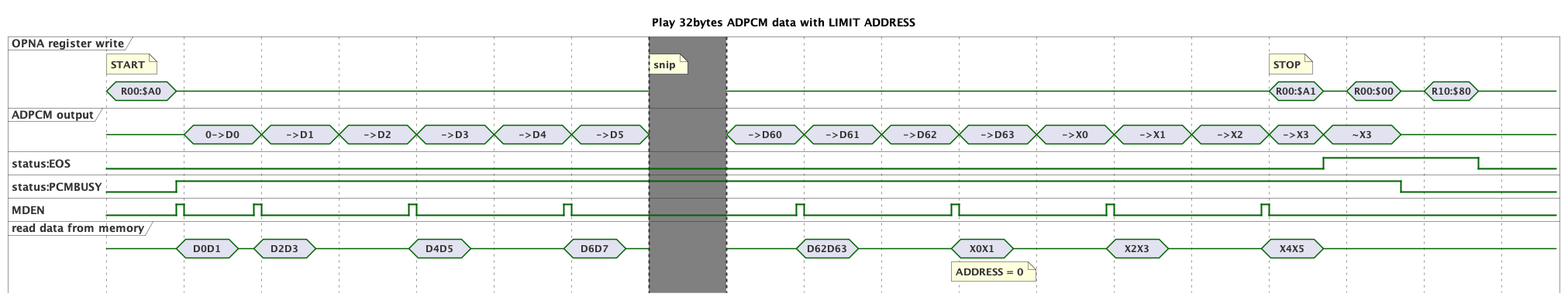
Above: chart/adpcm_play_limit.png in hyano/opna-analyze (PlantUML), before the change.
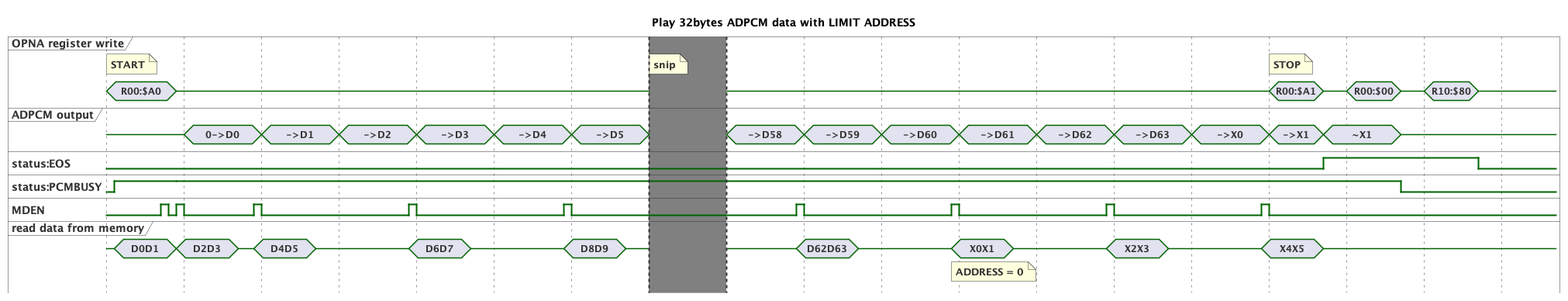
Later version of the same file.

Change to the diagram source:
```diff
@@ -21,11 +21,18 @@
 note top of OPNA: START
 OUT is {-}
 RD is {-}
-@+90
+@+10
+PCMBUSY is high
+RD is "D0D1"
+@+60
+MDEN is high
+@+10
+MDEN is low
+@+10
 OPNA is {-}
 PCMBUSY is high
 MDEN is high
-RD is "D0D1"
+RD is "D2D3"
 @+10
 MDEN is low
 @+70
@@ -36,7 +43,7 @@
 OUT is "0->D0"
 @+90
 MDEN is high
-RD is "D2D3"
+RD is "D4D5"
 @+10
 MDEN is low
 @+70
@@ -50,7 +57,7 @@
 OUT is "->D2"
 @+90
 MDEN is high
-RD is "D4D5"
+RD is "D6D7"
 @+10
 MDEN is low
 @+70
@@ -64,7 +71,7 @@
 OUT is "->D4"
 @+90
 MDEN is high
-RD is "D6D7"
+RD is "D8D9"
 @+10
 MDEN is low
 @+70
@@ -86,7 +93,7 @@
 
 @:lasthalf
 OPNA is {-}
-OUT is "->D60"
+OUT is "->D58"
 RD is {-}
 @+90
 MDEN is high
@@ -98,12 +105,12 @@
 
 @:lasthalf+100
 OPNA is {-}
-OUT is "->D61"
+OUT is "->D59"
 
 
 @:lasthalf+200
 OPNA is {-}
-OUT is "->D62"
+OUT is "->D60"
 @+90
 MDEN is high
 RD is "X0X1"
@@ -115,11 +122,11 @@
 
 @:lasthalf+300
 OPNA is {-}
-OUT is "->D63"
+OUT is "->D61"
 
 @:lasthalf+400
 OPNA is {-}
-OUT is "->X0"
+OUT is "->D62"
 @+90
 MDEN is high
 RD is "X2X3"
@@ -130,12 +137,12 @@
 
 @:lasthalf+500
 OPNA is {-}
-OUT is "->X1"
+OUT is "->D63"
 
 
 @:lasthalf+600
 OPNA is {-}
-OUT is "->X2"
+OUT is "->X0"
 @+90
 MDEN is high
 RD is "X4X5"
@@ -151,11 +158,11 @@
 
 @:stopseq
 OPNA is "R00:$A1"
-OUT is "->X3"
+OUT is "->X1"
 note top of OPNA: STOP
 @+70
 OPNA is {-}
-OUT is "~X3"
+OUT is "~X1"
 EOS is high
 @:stopseq+100
 OPNA is "R00:$00"
```
